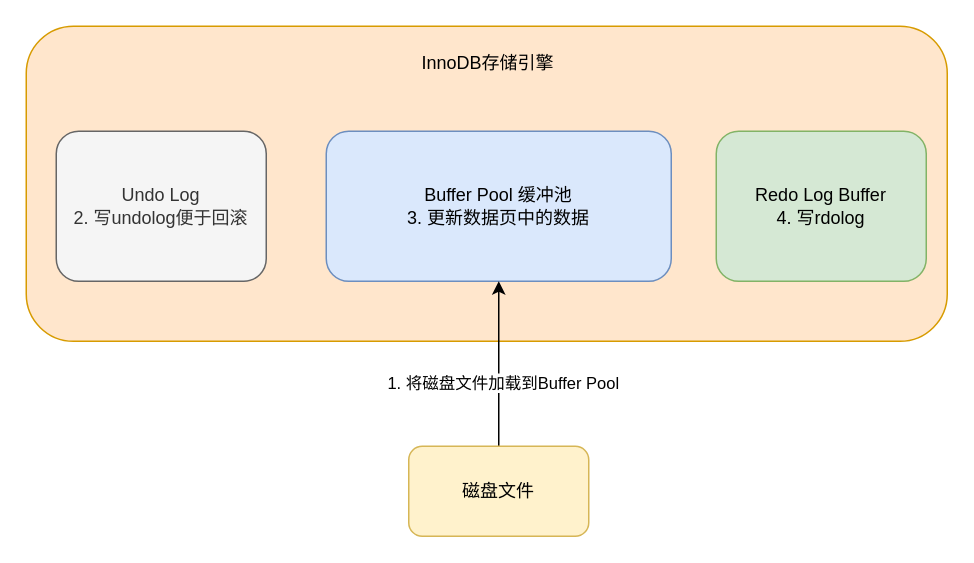
Before: mysql/rodolog和undolog的执行过程.drawio in erlieStar/diagrams, a draw.io diagram. Source tidied: cells renumbered, new cells numbered last; positions are measured from the earlier drawing's top-left corner, leaving out a move shared by most shapes. Both pictures are drawn from the tidied source at 150%, with x=0, y=0 at pixel (26, 26).
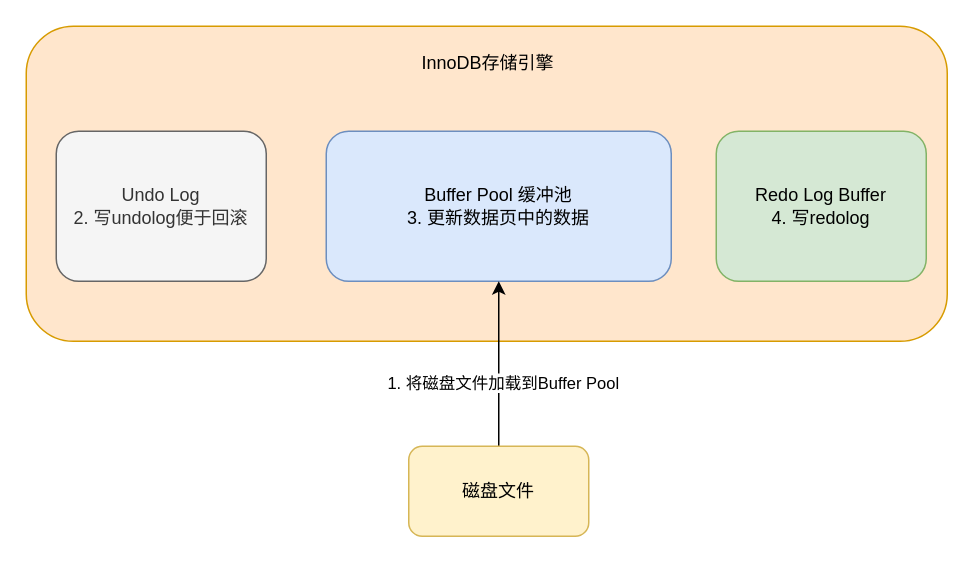
The same page after the edit.

Commit message:
Update rodolog和undolog的执行过程.drawio

The edit, as a diff of the source:
```diff
@@
 <mxGraphModel>
   <root>
     <mxCell id="0" />
     <mxCell id="1" parent="0" />
     <mxCell id="2" style="rounded=1;whiteSpace=wrap;html=1;fillColor=#ffe6cc;strokeColor=#d79b00;" parent="1" vertex="1">
       <mxGeometry width="614" height="210" as="geometry" />
     </mxCell>
     <mxCell id="3" value="InnoDB存储引擎" style="text;html=1;strokeColor=none;fillColor=none;align=center;verticalAlign=middle;whiteSpace=wrap;rounded=0;" parent="1" vertex="1">
       <mxGeometry x="250" y="20" width="116" height="10" as="geometry" />
     </mxCell>
     <mxCell id="4" value="Buffer Pool 缓冲池&lt;br&gt;3. 更新数据页中的数据" style="rounded=1;whiteSpace=wrap;html=1;fillColor=#dae8fc;strokeColor=#6c8ebf;" parent="1" vertex="1">
       <mxGeometry x="200" y="70" width="230" height="100" as="geometry" />
     </mxCell>
-    <mxCell id="5" value="Redo Log Buffer&lt;br&gt;4. 写rdolog" style="rounded=1;whiteSpace=wrap;html=1;fillColor=#d5e8d4;strokeColor=#82b366;" parent="1" vertex="1">
+    <mxCell id="5" value="Redo Log Buffer&lt;br&gt;4. 写redolog" style="rounded=1;whiteSpace=wrap;html=1;fillColor=#d5e8d4;strokeColor=#82b366;" parent="1" vertex="1">
       <mxGeometry x="460" y="70" width="140" height="100" as="geometry" />
     </mxCell>
     <mxCell id="6" style="edgeStyle=orthogonalEdgeStyle;rounded=0;jettySize=auto;html=1;exitX=0.5;exitY=0;exitDx=0;exitDy=0;entryX=0.5;entryY=1;entryDx=0;entryDy=0;" parent="1" edge="1" source="8" target="4">
       <mxGeometry relative="1" as="geometry" />
     </mxCell>
     <mxCell id="7" value="1. 将磁盘文件加载到Buffer Pool" style="edgeLabel;html=1;align=center;verticalAlign=middle;" parent="6" vertex="1">
       <mxGeometry x="-0.22" y="-2" relative="1" as="geometry" />
     </mxCell>
     <mxCell id="8" value="磁盘文件" style="rounded=1;whiteSpace=wrap;html=1;fillColor=#fff2cc;strokeColor=#d6b656;" parent="1" vertex="1">
       <mxGeometry x="255" y="280" width="120" height="60" as="geometry" />
     </mxCell>
     <mxCell id="9" value="Undo Log&lt;br&gt;2. 写undolog便于回滚" style="rounded=1;whiteSpace=wrap;html=1;fillColor=#f5f5f5;strokeColor=#666666;fontColor=#333333;" parent="1" vertex="1">
       <mxGeometry x="20" y="70" width="140" height="100" as="geometry" />
     </mxCell>
   </root>
 </mxGraphModel>
```
